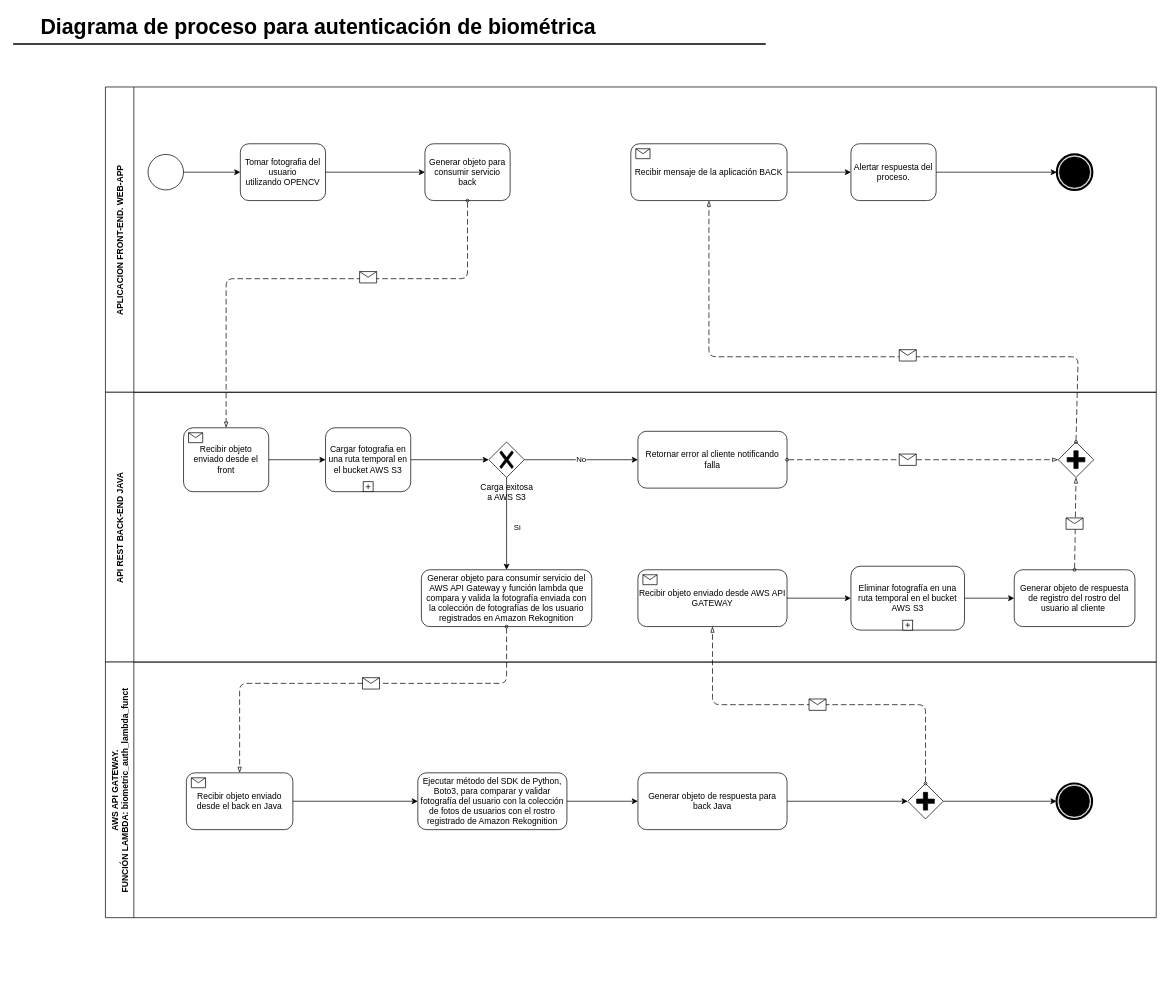
Earlier version of the draw.io diagram DiagramaProcesoAutenticacionBiometrica.drawio (ca-milin15/proy_grado_2021_doc). Source tidied: cells renumbered, new cells numbered last; positions are measured from the earlier drawing's top-left corner, leaving out a move shared by most shapes. Both pictures are drawn from the tidied source at 71%, with x=0, y=0 at pixel (13, 11).
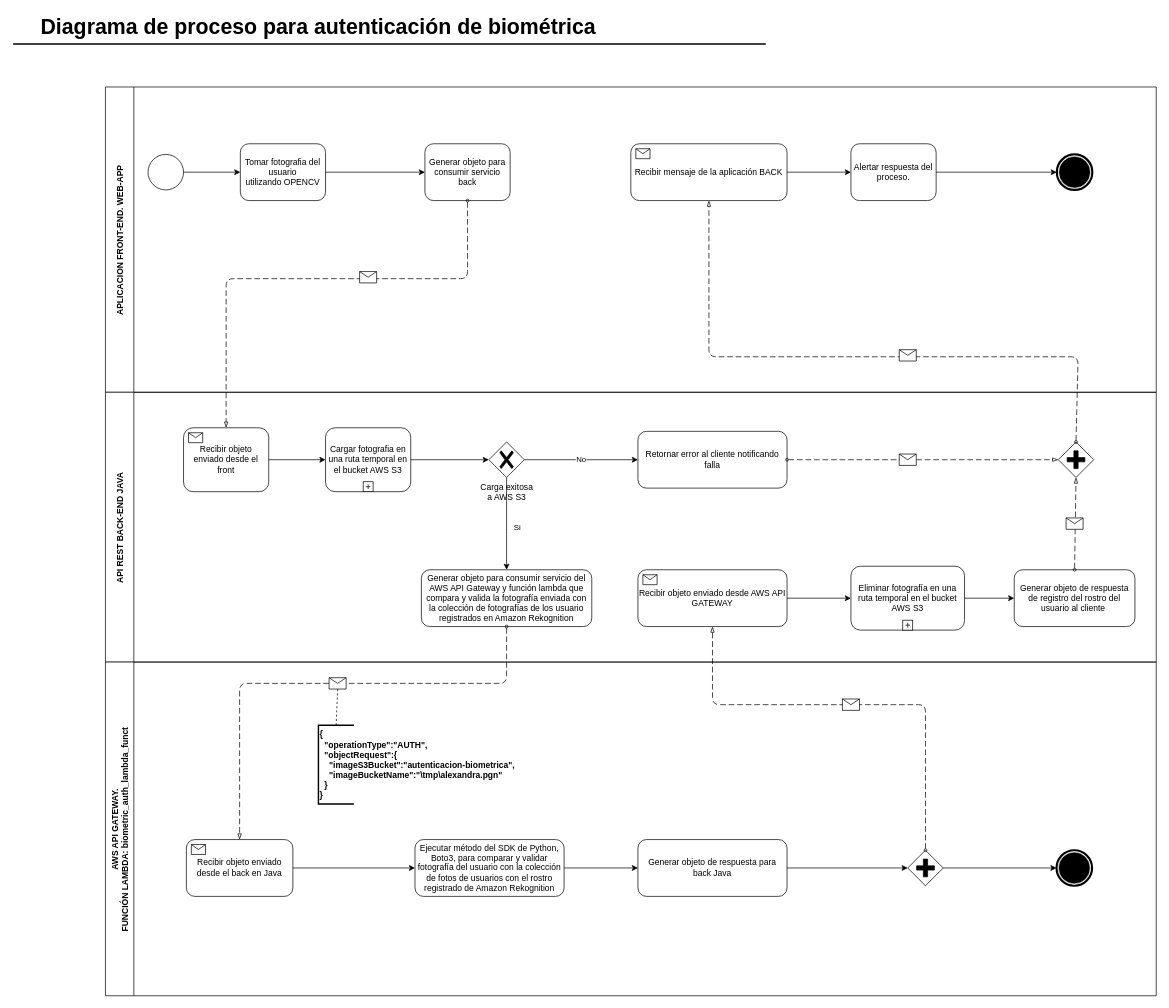
The same diagram, later.

The change refers to these unchanged cells:
```xml
<mxCell id="54" style="shape=message;html=1;outlineConnect=0;labelPosition=left;verticalLabelPosition=middle;align=right;verticalAlign=middle;spacingRight=5;labelBackgroundColor=#ffffff;" parent="53" vertex="1">
  <mxGeometry width="24" height="16" relative="1" as="geometry">
    <mxPoint x="8" y="-8" as="offset" />
  </mxGeometry>
</mxCell>
```

The edit, as a diff of the source:
```diff
@@
     <mxCell id="42" value="AWS API GATEWAY. &#10;FUNCIÓN LAMBDA: biometric_auth_lambda_funct" style="swimlane;horizontal=0;startSize=40;" parent="1" vertex="1">
-      <mxGeometry x="130" y="916" width="1480" height="360" as="geometry" />
+      <mxGeometry x="130" y="916" width="1480" height="470" as="geometry" />
     </mxCell>
     <mxCell id="43" value="Recibir objeto enviado desde el back en Java" style="html=1;whiteSpace=wrap;rounded=1;" parent="42" vertex="1">
-      <mxGeometry x="114" y="156" width="150" height="80" as="geometry" />
+      <mxGeometry x="114" y="250" width="150" height="80" as="geometry" />
     </mxCell>
@@
     <mxCell id="45" value="Ejecutar método del SDK de Python, Boto3, para comparar y validar fotografía del usuario con la colección de fotos de usuarios con el rostro registrado de Amazon Rekognition" style="shape=ext;rounded=1;html=1;whiteSpace=wrap;" parent="42" vertex="1">
-      <mxGeometry x="440" y="156" width="210" height="80" as="geometry" />
+      <mxGeometry x="436" y="250" width="210" height="80" as="geometry" />
     </mxCell>
@@
     <mxCell id="47" value="Generar objeto de respuesta para back Java" style="shape=ext;rounded=1;html=1;whiteSpace=wrap;" parent="42" vertex="1">
-      <mxGeometry x="750" y="156" width="210" height="80" as="geometry" />
+      <mxGeometry x="750" y="250" width="210" height="80" as="geometry" />
     </mxCell>
@@
     <mxCell id="49" style="points=[[0.25,0.25,0],[0.5,0,0],[0.75,0.25,0],[1,0.5,0],[0.75,0.75,0],[0.5,1,0],[0.25,0.75,0],[0,0.5,0]];shape=mxgraph.bpmn.gateway2;html=1;verticalLabelPosition=bottom;labelBackgroundColor=#ffffff;verticalAlign=top;align=center;perimeter=rhombusPerimeter;outlineConnect=0;outline=none;symbol=none;gwType=parallel;" parent="42" vertex="1">
-      <mxGeometry x="1130" y="171" width="50" height="50" as="geometry" />
+      <mxGeometry x="1130" y="265" width="50" height="50" as="geometry" />
     </mxCell>
@@
     <mxCell id="51" style="points=[[0.145,0.145,0],[0.5,0,0],[0.855,0.145,0],[1,0.5,0],[0.855,0.855,0],[0.5,1,0],[0.145,0.855,0],[0,0.5,0]];shape=mxgraph.bpmn.event;html=1;verticalLabelPosition=bottom;labelBackgroundColor=#ffffff;verticalAlign=top;align=center;perimeter=ellipsePerimeter;outlineConnect=0;outline=end;symbol=terminate;" parent="42" vertex="1">
-      <mxGeometry x="1339.6" y="171" width="50" height="50" as="geometry" />
+      <mxGeometry x="1339.6" y="265" width="50" height="50" as="geometry" />
     </mxCell>
@@
+    <mxCell id="59" value="&lt;div&gt;&lt;b&gt;&lt;font style=&quot;font-size: 12px&quot;&gt;{&lt;/font&gt;&lt;/b&gt;&lt;/div&gt;&lt;div&gt;&lt;b&gt;&lt;font style=&quot;font-size: 12px&quot;&gt;&amp;nbsp; &quot;operationType&quot;:&quot;AUTH&quot;,&lt;/font&gt;&lt;/b&gt;&lt;/div&gt;&lt;div&gt;&lt;b&gt;&lt;font style=&quot;font-size: 12px&quot;&gt;&amp;nbsp; &quot;objectRequest&quot;:{&lt;/font&gt;&lt;/b&gt;&lt;/div&gt;&lt;div&gt;&lt;font&gt;&lt;b&gt;&amp;nbsp; &amp;nbsp; &quot;imageS3Bucket&quot;:&quot;autenticacion-biometrica&quot;,&lt;/b&gt;&lt;/font&gt;&lt;/div&gt;&lt;div&gt;&lt;b&gt;&lt;font style=&quot;font-size: 12px&quot;&gt;&amp;nbsp; &amp;nbsp; &quot;imageBucketName&quot;:&quot;\tmp\alexandra.pgn&quot;&lt;/font&gt;&lt;/b&gt;&lt;/div&gt;&lt;div&gt;&lt;b&gt;&lt;font style=&quot;font-size: 12px&quot;&gt;&amp;nbsp; }&lt;/font&gt;&lt;/b&gt;&lt;/div&gt;&lt;div&gt;&lt;b&gt;&lt;font style=&quot;font-size: 12px&quot;&gt;}&lt;/font&gt;&lt;/b&gt;&lt;/div&gt;" style="strokeWidth=2;html=1;shape=mxgraph.flowchart.annotation_1;align=left;" parent="42" vertex="1">
+      <mxGeometry x="300" y="89" width="50" height="111" as="geometry" />
+    </mxCell>
@@
+    <mxCell id="60" style="edgeStyle=none;endArrow=none;exitX=0.5;exitY=1;dashed=1;html=1;entryX=0.5;entryY=0;entryDx=0;entryDy=0;entryPerimeter=0;exitDx=0;exitDy=0;" parent="1" edge="1" source="54" target="59">
+      <mxGeometry x="1" relative="1" as="geometry" />
+    </mxCell>
```
